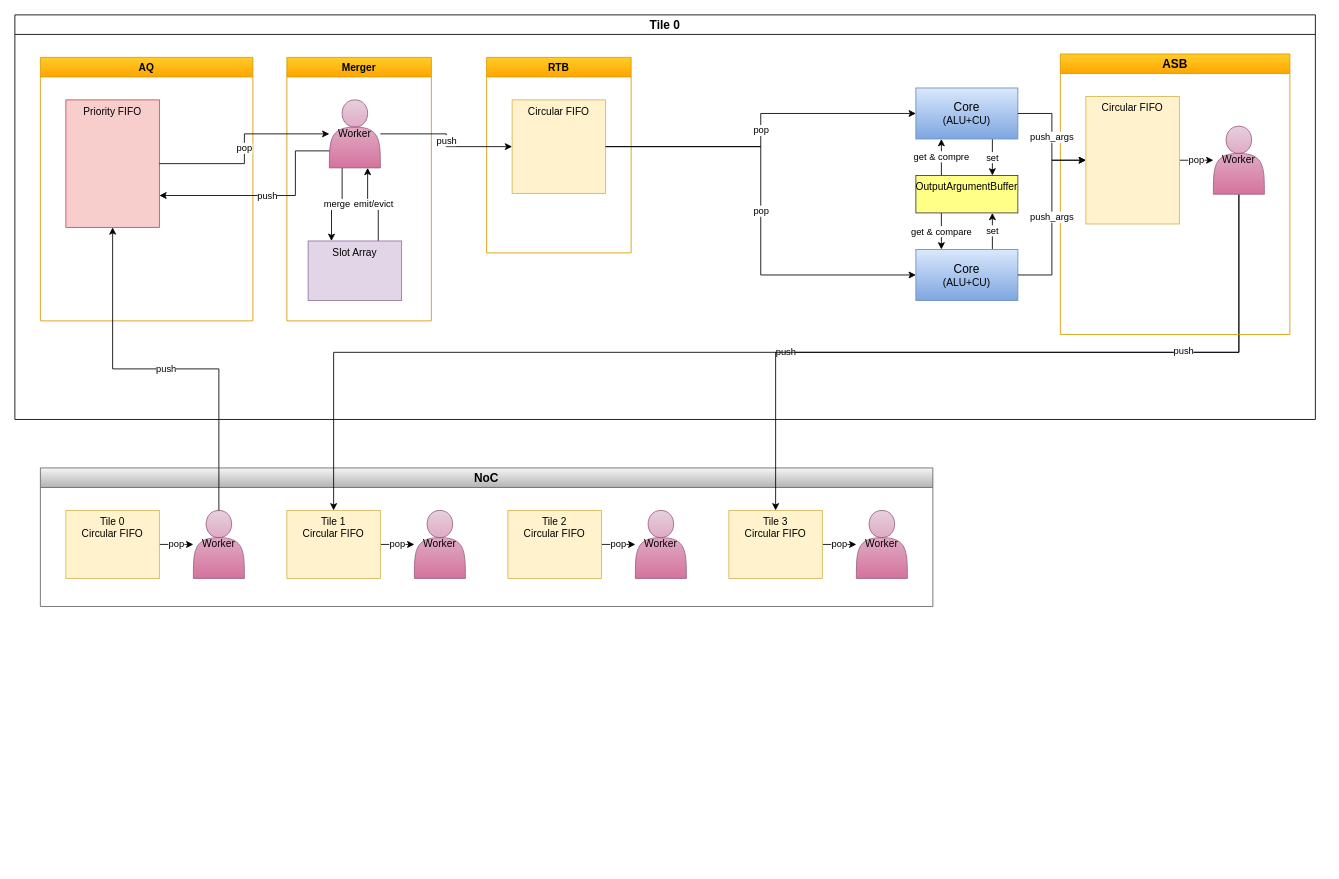
Before: verilator_digrams/专用硬件2_15.drawio in Dercury/CLDK, a draw.io diagram. Source tidied: cells renumbered, new cells numbered last; positions are measured from the earlier drawing's top-left corner, leaving out a move shared by most shapes. Both pictures are drawn from the tidied source at 85%, with x=0, y=0 at pixel (14, 14).
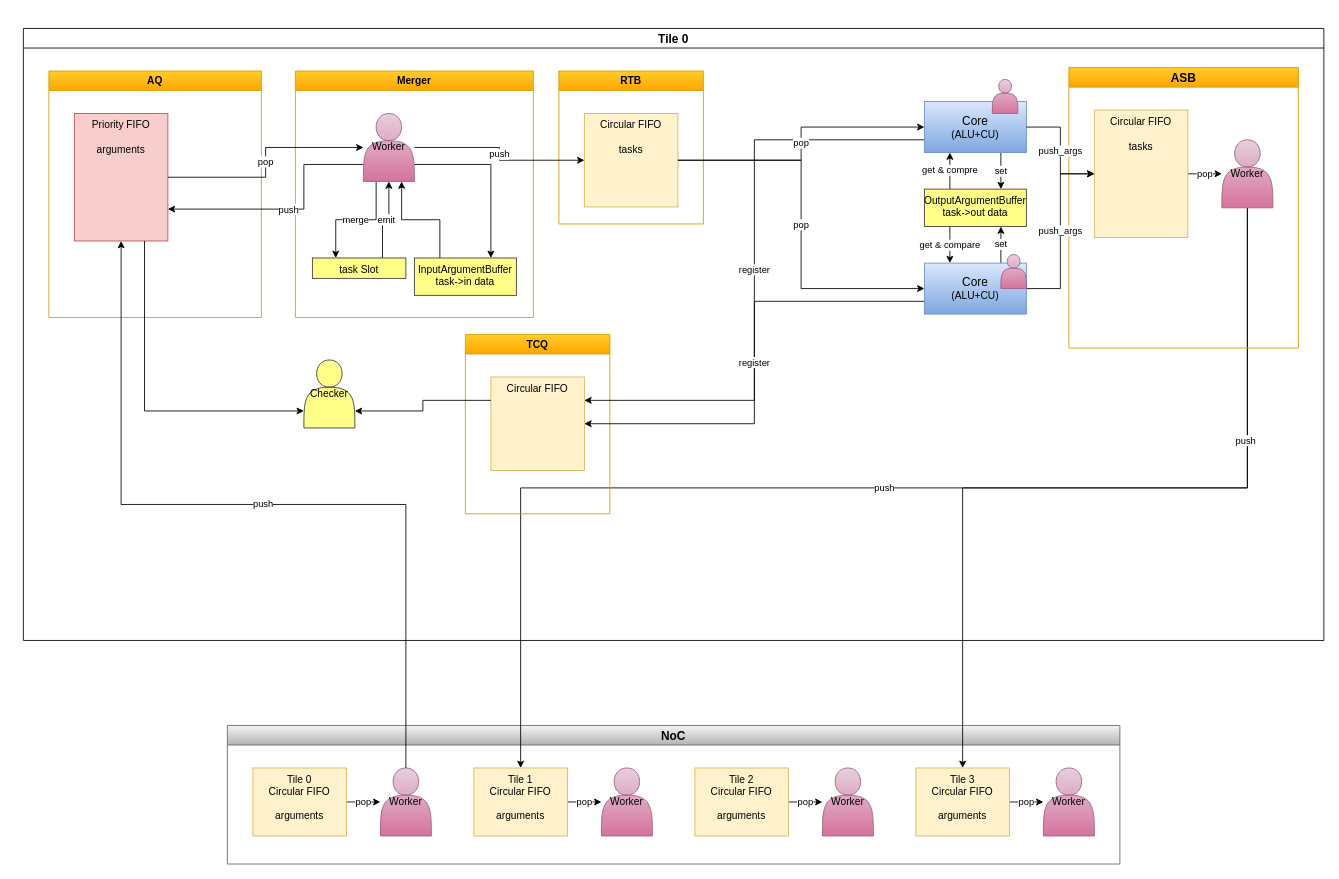
Above is the later version.

Commit message:
更新专用硬件2_15.drawio

The change refers to these unchanged cells:
```xml
<mxCell id="24" value="&lt;font style=&quot;font-size: 14px;&quot;&gt;Core&lt;/font&gt;&lt;div&gt;(ALU+CU)&lt;/div&gt;" style="rounded=0;whiteSpace=wrap;html=1;fillColor=#dae8fc;gradientColor=#7ea6e0;strokeColor=#6c8ebf;" parent="18" vertex="1">
  <mxGeometry x="1060" y="86" width="120" height="60" as="geometry" />
</mxCell>
<mxCell id="27" value="&lt;font style=&quot;font-size: 14px;&quot;&gt;Core&lt;/font&gt;&lt;div&gt;(ALU+CU)&lt;/div&gt;" style="rounded=0;whiteSpace=wrap;html=1;fillColor=#dae8fc;gradientColor=#7ea6e0;strokeColor=#6c8ebf;" parent="18" vertex="1">
  <mxGeometry x="1060" y="276" width="120" height="60" as="geometry" />
</mxCell>
```

Diff of the diagram source:
```diff
@@
     <mxCell id="2" value="NoC" style="swimlane;whiteSpace=wrap;html=1;fillColor=#f5f5f5;gradientColor=#b3b3b3;strokeColor=#666666;fontSize=14;" parent="1" vertex="1">
-      <mxGeometry x="30" y="533" width="1050" height="163" as="geometry" />
+      <mxGeometry x="250" y="836" width="1050" height="163" as="geometry" />
     </mxCell>
@@
-    <mxCell id="4" value="&lt;div&gt;Tile 0&lt;/div&gt;Circular FIFO" style="rounded=0;whiteSpace=wrap;html=1;verticalAlign=top;fillColor=#fff2cc;strokeColor=#d6b656;" parent="2" vertex="1">
+    <mxCell id="4" value="&lt;div&gt;Tile 0&lt;/div&gt;Circular FIFO&lt;div&gt;&lt;br&gt;&lt;/div&gt;&lt;div&gt;arguments&lt;/div&gt;" style="rounded=0;whiteSpace=wrap;html=1;verticalAlign=top;fillColor=#fff2cc;strokeColor=#d6b656;" parent="2" vertex="1">
       <mxGeometry x="30" y="50" width="110" height="80" as="geometry" />
     </mxCell>
@@
-    <mxCell id="7" value="&lt;div&gt;Tile 2&lt;/div&gt;Circular FIFO" style="rounded=0;whiteSpace=wrap;html=1;verticalAlign=top;fillColor=#fff2cc;strokeColor=#d6b656;" parent="2" vertex="1">
+    <mxCell id="7" value="&lt;div&gt;Tile 2&lt;/div&gt;Circular FIFO&lt;div&gt;&lt;br&gt;&lt;/div&gt;&lt;div&gt;arguments&lt;/div&gt;" style="rounded=0;whiteSpace=wrap;html=1;verticalAlign=top;fillColor=#fff2cc;strokeColor=#d6b656;" parent="2" vertex="1">
       <mxGeometry x="550" y="50" width="110" height="80" as="geometry" />
     </mxCell>
@@
-    <mxCell id="10" value="&lt;div&gt;Tile 1&lt;/div&gt;Circular FIFO" style="rounded=0;whiteSpace=wrap;html=1;verticalAlign=top;fillColor=#fff2cc;strokeColor=#d6b656;" parent="2" vertex="1">
+    <mxCell id="10" value="&lt;div&gt;Tile 1&lt;/div&gt;Circular FIFO&lt;div&gt;&lt;br&gt;&lt;/div&gt;&lt;div&gt;arguments&lt;/div&gt;" style="rounded=0;whiteSpace=wrap;html=1;verticalAlign=top;fillColor=#fff2cc;strokeColor=#d6b656;" parent="2" vertex="1">
       <mxGeometry x="290" y="50" width="110" height="80" as="geometry" />
     </mxCell>
@@
-    <mxCell id="13" value="&lt;div&gt;Tile 3&lt;/div&gt;Circular FIFO" style="rounded=0;whiteSpace=wrap;html=1;verticalAlign=top;fillColor=#fff2cc;strokeColor=#d6b656;" parent="2" vertex="1">
+    <mxCell id="13" value="&lt;div&gt;Tile 3&lt;/div&gt;Circular FIFO&lt;div&gt;&lt;br&gt;&lt;/div&gt;&lt;div&gt;arguments&lt;/div&gt;" style="rounded=0;whiteSpace=wrap;html=1;verticalAlign=top;fillColor=#fff2cc;strokeColor=#d6b656;" parent="2" vertex="1">
       <mxGeometry x="810" y="50" width="110" height="80" as="geometry" />
     </mxCell>
@@
     <mxCell id="18" value="Tile 0" style="swimlane;whiteSpace=wrap;html=1;fontSize=14;" parent="1" vertex="1">
-      <mxGeometry width="1530" height="476" as="geometry" />
+      <mxGeometry x="10" y="16" width="1530" height="720" as="geometry" />
     </mxCell>
+    <mxCell id="47" value="TCQ" style="swimlane;whiteSpace=wrap;html=1;fillColor=#ffcd28;gradientColor=#ffa500;strokeColor=#d79b00;" parent="18" vertex="1">
+      <mxGeometry x="520" y="360" width="170" height="211" as="geometry" />
+    </mxCell>
+    <mxCell id="48" value="Circular FIFO" style="rounded=0;whiteSpace=wrap;html=1;verticalAlign=top;fillColor=#fff2cc;strokeColor=#d6b656;" parent="47" vertex="1">
+      <mxGeometry x="30" y="50" width="110" height="110" as="geometry" />
+    </mxCell>
-    <mxCell id="19" value="ASB" style="swimlane;whiteSpace=wrap;html=1;fillColor=#ffcd28;gradientColor=#ffa500;strokeColor=#d79b00;fontSize=14;" parent="18" vertex="1">
+    <mxCell id="19" value="ASB" style="swimlane;whiteSpace=wrap;html=1;fillColor=#ffcd28;gradientColor=#ffa500;strokeColor=#d79b00;fontSize=14;swimlaneFillColor=none;" parent="18" vertex="1">
       <mxGeometry x="1230" y="46" width="270" height="330" as="geometry" />
     </mxCell>
@@
-    <mxCell id="21" value="Circular FIFO" style="rounded=0;whiteSpace=wrap;html=1;verticalAlign=top;fillColor=#fff2cc;strokeColor=#d6b656;" parent="19" vertex="1">
+    <mxCell id="21" value="Circular FIFO&lt;div&gt;&lt;br&gt;&lt;/div&gt;&lt;div&gt;tasks&lt;/div&gt;" style="rounded=0;whiteSpace=wrap;html=1;verticalAlign=top;fillColor=#fff2cc;strokeColor=#d6b656;" parent="19" vertex="1">
       <mxGeometry x="30" y="50" width="110" height="150" as="geometry" />
     </mxCell>
@@
+    <mxCell id="49" value="register" style="edgeStyle=orthogonalEdgeStyle;rounded=0;jettySize=auto;html=1;exitX=0;exitY=0.75;exitDx=0;exitDy=0;entryX=1;entryY=0.25;entryDx=0;entryDy=0;" parent="18" edge="1" source="24" target="48">
+      <mxGeometry relative="1" as="geometry" />
+    </mxCell>
@@
+    <mxCell id="50" value="register" style="edgeStyle=orthogonalEdgeStyle;rounded=0;jettySize=auto;html=1;exitX=0;exitY=0.75;exitDx=0;exitDy=0;entryX=1;entryY=0.5;entryDx=0;entryDy=0;" parent="18" edge="1" source="27" target="48">
+      <mxGeometry relative="1" as="geometry" />
+    </mxCell>
@@
     <mxCell id="29" value="AQ" style="swimlane;whiteSpace=wrap;html=1;fillColor=#ffcd28;gradientColor=#ffa500;strokeColor=#d79b00;" parent="18" vertex="1">
-      <mxGeometry x="30" y="50" width="250" height="310" as="geometry" />
+      <mxGeometry x="30" y="50" width="250" height="290" as="geometry" />
     </mxCell>
-    <mxCell id="30" value="Priority FIFO" style="rounded=0;whiteSpace=wrap;html=1;verticalAlign=top;fillColor=#f8cecc;strokeColor=#b85450;" parent="29" vertex="1">
+    <mxCell id="30" value="Priority FIFO&lt;div&gt;&lt;br&gt;&lt;/div&gt;&lt;div&gt;arguments&lt;/div&gt;" style="rounded=0;whiteSpace=wrap;html=1;verticalAlign=top;fillColor=#f8cecc;strokeColor=#b85450;" parent="29" vertex="1">
       <mxGeometry x="30" y="50" width="110" height="150" as="geometry" />
     </mxCell>
     <mxCell id="31" value="Merger" style="swimlane;whiteSpace=wrap;html=1;fillColor=#ffcd28;gradientColor=#ffa500;strokeColor=#d79b00;" parent="18" vertex="1">
-      <mxGeometry x="320" y="50" width="170" height="310" as="geometry" />
+      <mxGeometry x="320" y="50" width="280" height="290" as="geometry" />
     </mxCell>
-    <mxCell id="32" value="emit/evict" style="edgeStyle=orthogonalEdgeStyle;rounded=0;jettySize=auto;html=1;exitX=0.75;exitY=0;exitDx=0;exitDy=0;entryX=0.75;entryY=1;entryDx=0;entryDy=0;" parent="31" edge="1" source="33" target="35">
+    <mxCell id="32" value="emit" style="edgeStyle=orthogonalEdgeStyle;rounded=0;jettySize=auto;html=1;exitX=0.75;exitY=0;exitDx=0;exitDy=0;entryX=0.5;entryY=1;entryDx=0;entryDy=0;" parent="31" edge="1" source="33" target="35">
       <mxGeometry relative="1" as="geometry" />
     </mxCell>
-    <mxCell id="33" value="Slot Array" style="rounded=0;whiteSpace=wrap;html=1;verticalAlign=top;fillColor=#e1d5e7;strokeColor=#9673a6;" parent="31" vertex="1">
-      <mxGeometry x="25" y="216" width="110" height="70" as="geometry" />
+    <mxCell id="33" value="task Slot" style="rounded=0;whiteSpace=wrap;html=1;verticalAlign=top;fillColor=#ffff88;strokeColor=#36393d;" parent="31" vertex="1">
+      <mxGeometry x="20" y="220" width="110" height="24" as="geometry" />
     </mxCell>
@@
     <mxCell id="35" value="Worker" style="shape=actor;whiteSpace=wrap;html=1;fillColor=#e6d0de;gradientColor=#d5739d;strokeColor=#996185;" parent="31" vertex="1">
-      <mxGeometry x="50" y="50" width="60" height="80" as="geometry" />
+      <mxGeometry x="80" y="50" width="60" height="80" as="geometry" />
     </mxCell>
+    <mxCell id="51" value="InputArgumentBuffer&lt;div&gt;task-&amp;gt;in data&lt;/div&gt;" style="rounded=0;whiteSpace=wrap;html=1;verticalAlign=top;fillColor=#ffff88;strokeColor=#36393d;" parent="31" vertex="1">
+      <mxGeometry x="140" y="220" width="120" height="44" as="geometry" />
+    </mxCell>
+    <mxCell id="52" style="edgeStyle=orthogonalEdgeStyle;rounded=0;jettySize=auto;html=1;exitX=0.25;exitY=0;exitDx=0;exitDy=0;entryX=0.75;entryY=1;entryDx=0;entryDy=0;" parent="31" edge="1" source="51" target="35">
+      <mxGeometry relative="1" as="geometry" />
+    </mxCell>
+    <mxCell id="53" style="edgeStyle=orthogonalEdgeStyle;rounded=0;jettySize=auto;html=1;exitX=1;exitY=0.75;exitDx=0;exitDy=0;entryX=0.75;entryY=0;entryDx=0;entryDy=0;" parent="31" edge="1" source="35" target="51">
+      <mxGeometry relative="1" as="geometry" />
+    </mxCell>
     <mxCell id="36" value="RTB" style="swimlane;whiteSpace=wrap;html=1;fillColor=#ffcd28;gradientColor=#ffa500;strokeColor=#d79b00;" parent="18" vertex="1">
-      <mxGeometry x="555" y="50" width="170" height="230" as="geometry" />
+      <mxGeometry x="630" y="50" width="170" height="180" as="geometry" />
     </mxCell>
-    <mxCell id="37" value="Circular FIFO" style="rounded=0;whiteSpace=wrap;html=1;verticalAlign=top;fillColor=#fff2cc;strokeColor=#d6b656;" parent="36" vertex="1">
+    <mxCell id="37" value="Circular FIFO&lt;div&gt;&lt;br&gt;&lt;/div&gt;&lt;div&gt;tasks&lt;/div&gt;" style="rounded=0;whiteSpace=wrap;html=1;verticalAlign=top;fillColor=#fff2cc;strokeColor=#d6b656;" parent="36" vertex="1">
       <mxGeometry x="30" y="50" width="110" height="110" as="geometry" />
     </mxCell>
@@
-    <mxCell id="45" value="OutputArgumentBuffer" style="rounded=0;whiteSpace=wrap;html=1;verticalAlign=top;fillColor=#ffff88;strokeColor=#36393d;" parent="18" vertex="1">
+    <mxCell id="45" value="OutputArgumentBuffer&lt;div&gt;task-&amp;gt;out data&lt;/div&gt;" style="rounded=0;whiteSpace=wrap;html=1;verticalAlign=top;fillColor=#ffff88;strokeColor=#36393d;" parent="18" vertex="1">
       <mxGeometry x="1060" y="189" width="120" height="44" as="geometry" />
     </mxCell>
+    <mxCell id="54" style="shape=actor;whiteSpace=wrap;html=1;fillColor=#e6d0de;gradientColor=#d5739d;strokeColor=#996185;" parent="18" vertex="1">
+      <mxGeometry x="1150" y="266" width="30" height="40" as="geometry" />
+    </mxCell>
+    <mxCell id="55" value="Checker" style="shape=actor;whiteSpace=wrap;html=1;fillColor=#ffff88;strokeColor=#36393d;" parent="18" vertex="1">
+      <mxGeometry x="330" y="390" width="60" height="80" as="geometry" />
+    </mxCell>
+    <mxCell id="56" style="edgeStyle=orthogonalEdgeStyle;rounded=0;jettySize=auto;html=1;exitX=0.75;exitY=1;exitDx=0;exitDy=0;entryX=0;entryY=0.75;entryDx=0;entryDy=0;" parent="18" edge="1" source="30" target="55">
+      <mxGeometry relative="1" as="geometry" />
+    </mxCell>
+    <mxCell id="57" style="edgeStyle=orthogonalEdgeStyle;rounded=0;jettySize=auto;html=1;exitX=0;exitY=0.25;exitDx=0;exitDy=0;entryX=1;entryY=0.75;entryDx=0;entryDy=0;" parent="18" edge="1" source="48" target="55">
+      <mxGeometry relative="1" as="geometry" />
+    </mxCell>
@@
+    <mxCell id="58" style="shape=actor;whiteSpace=wrap;html=1;fillColor=#e6d0de;gradientColor=#d5739d;strokeColor=#996185;" parent="1" vertex="1">
+      <mxGeometry x="1150" y="76" width="30" height="40" as="geometry" />
+    </mxCell>
```
